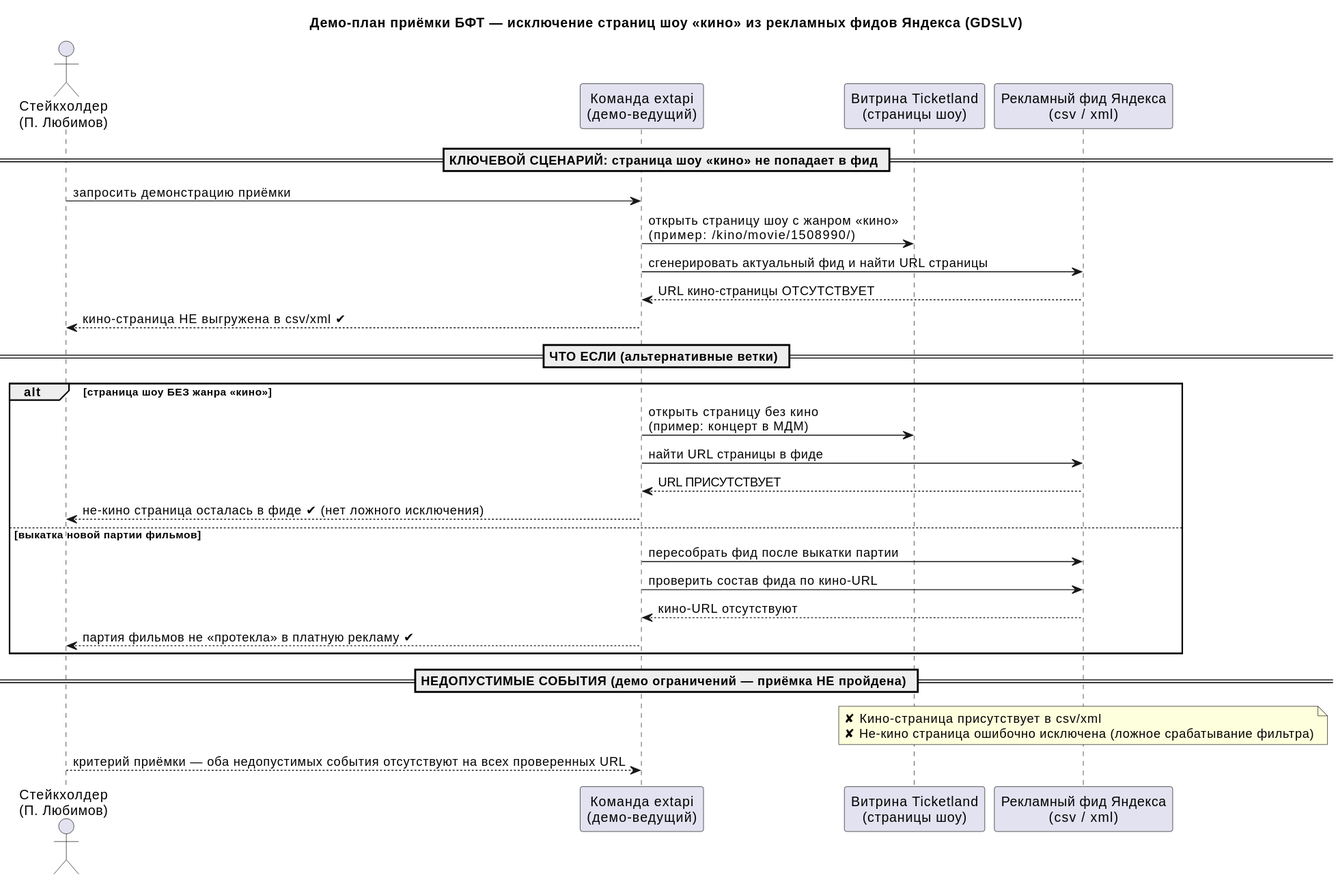
This is bft_documentation/GDSLV-demo-scenario.svg from kibarik/po-helper, a PlantUML export, as it was before one commit. Its diagram source:
```plantuml
@startuml
title Демо-план приёмки БФТ — исключение страниц шоу «кино» из рекламных фидов Яндекса (GDSLV)

actor "Стейкхолдер\n(П. Любимов)" as SH
participant "Команда extapi\n(демо-ведущий)" as TEAM
participant "Витрина Ticketland\n(страницы шоу)" as SITE
participant "Рекламный фид Яндекса\n(csv / xml)" as FEED

== КЛЮЧЕВОЙ СЦЕНАРИЙ: страница шоу «кино» не попадает в фид ==
SH  ->  TEAM : запросить демонстрацию приёмки
TEAM -> SITE : открыть страницу шоу с жанром «кино»\n(пример: /kino/movie/1508990/)
TEAM -> FEED : сгенерировать актуальный фид и найти URL страницы
FEED --> TEAM : URL кино-страницы ОТСУТСТВУЕТ
TEAM --> SH  : кино-страница НЕ выгружена в csv/xml ✔

== ЧТО ЕСЛИ (альтернативные ветки) ==
alt страница шоу БЕЗ жанра «кино»
  TEAM -> SITE : открыть страницу без кино\n(пример: концерт в МДМ)
  TEAM -> FEED : найти URL страницы в фиде
  FEED --> TEAM : URL ПРИСУТСТВУЕТ
  TEAM --> SH  : не-кино страница осталась в фиде ✔ (нет ложного исключения)
else выкатка новой партии фильмов
  TEAM -> FEED : пересобрать фид после выкатки партии
  TEAM -> FEED : проверить состав фида по кино-URL
  FEED --> TEAM : кино-URL отсутствуют
  TEAM --> SH  : партия фильмов не «протекла» в платную рекламу ✔
end

== НЕДОПУСТИМЫЕ СОБЫТИЯ (демо ограничений — приёмка НЕ пройдена) ==
note over FEED
  ✘ Кино-страница присутствует в csv/xml
  ✘ Не-кино страница ошибочно исключена (ложное срабатывание фильтра)
end note
SH  --> TEAM : критерий приёмки — оба недопустимых события отсутствуют на всех проверенных URL
@enduml
```
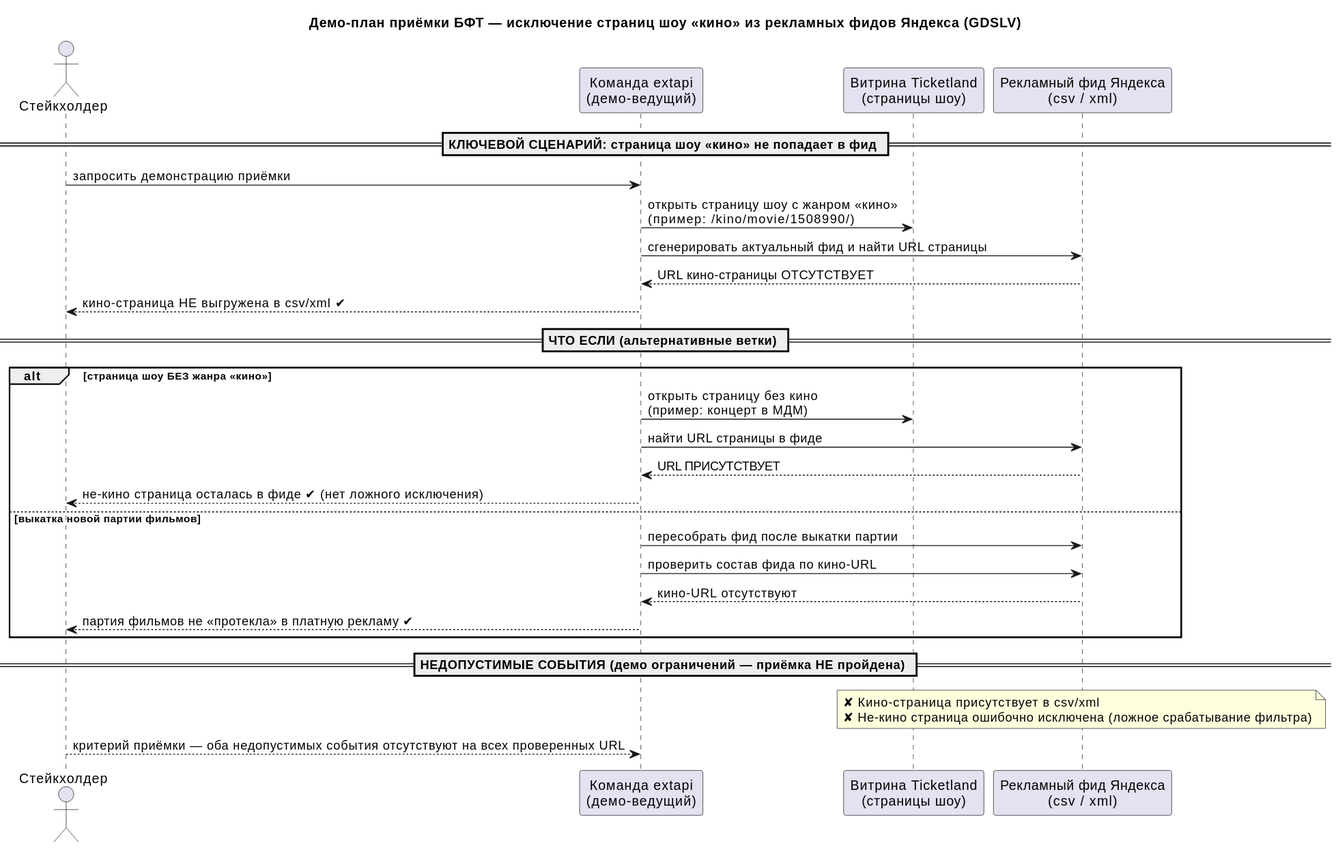
After the change.

Commit message:
chore: обезличивание — аккуратные роли вместо ФИ + чистый svg диаграммы

Diff of the diagram source:
```diff
@@ -1,7 +1,7 @@
 @startuml
 title Демо-план приёмки БФТ — исключение страниц шоу «кино» из рекламных фидов Яндекса (GDSLV)
 
-actor "Стейкхолдер\n(П. Любимов)" as SH
+actor "Стейкхолдер" as SH
 participant "Команда extapi\n(демо-ведущий)" as TEAM
 participant "Витрина Ticketland\n(страницы шоу)" as SITE
 participant "Рекламный фид Яндекса\n(csv / xml)" as FEED
```
